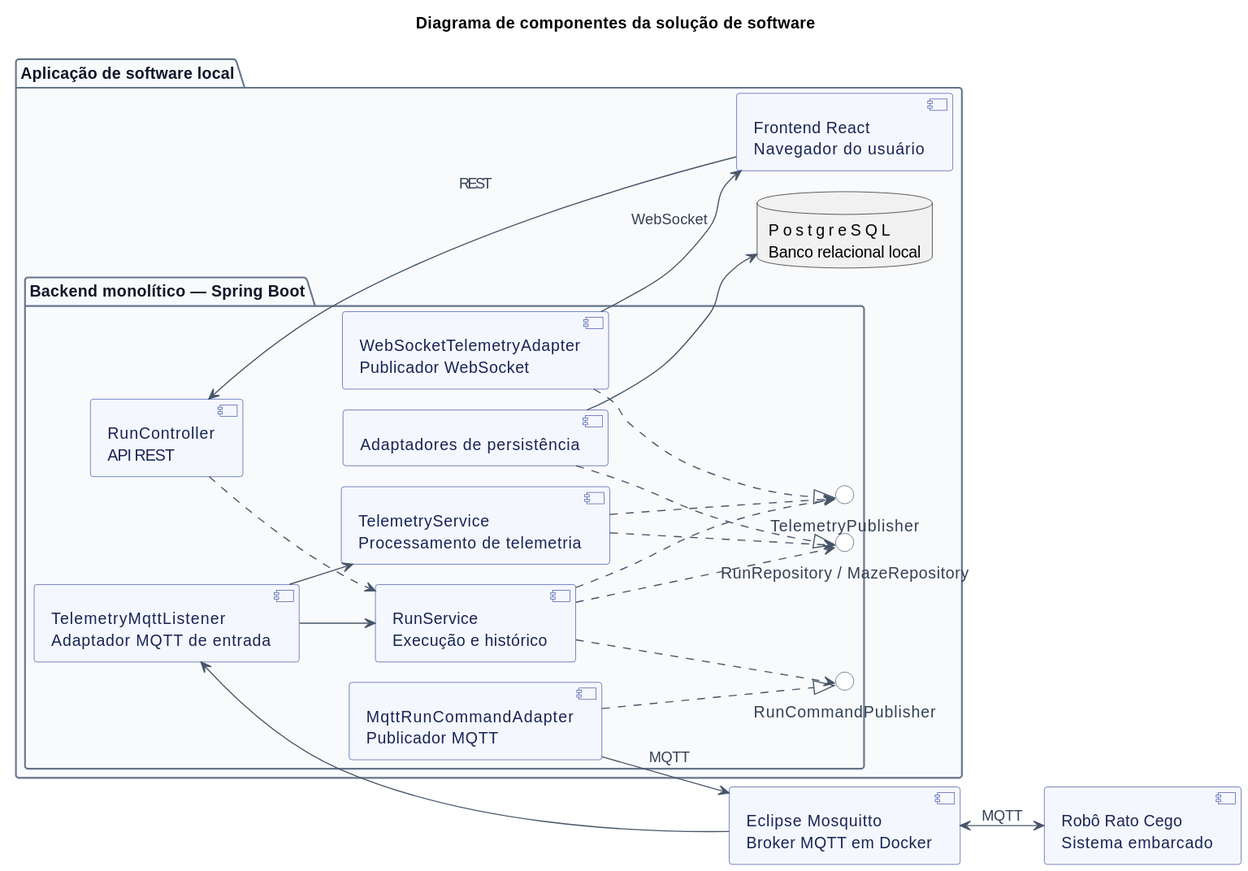
The PlantUML diagram docs/figs/diagrama_componentes_software.svg in fcte-pi1/2026_2_PI1_Grupo02_Bruno, before a commit. Its source is kept beside it as docs/figs/plantuml/diagrama_componentes_software.puml.
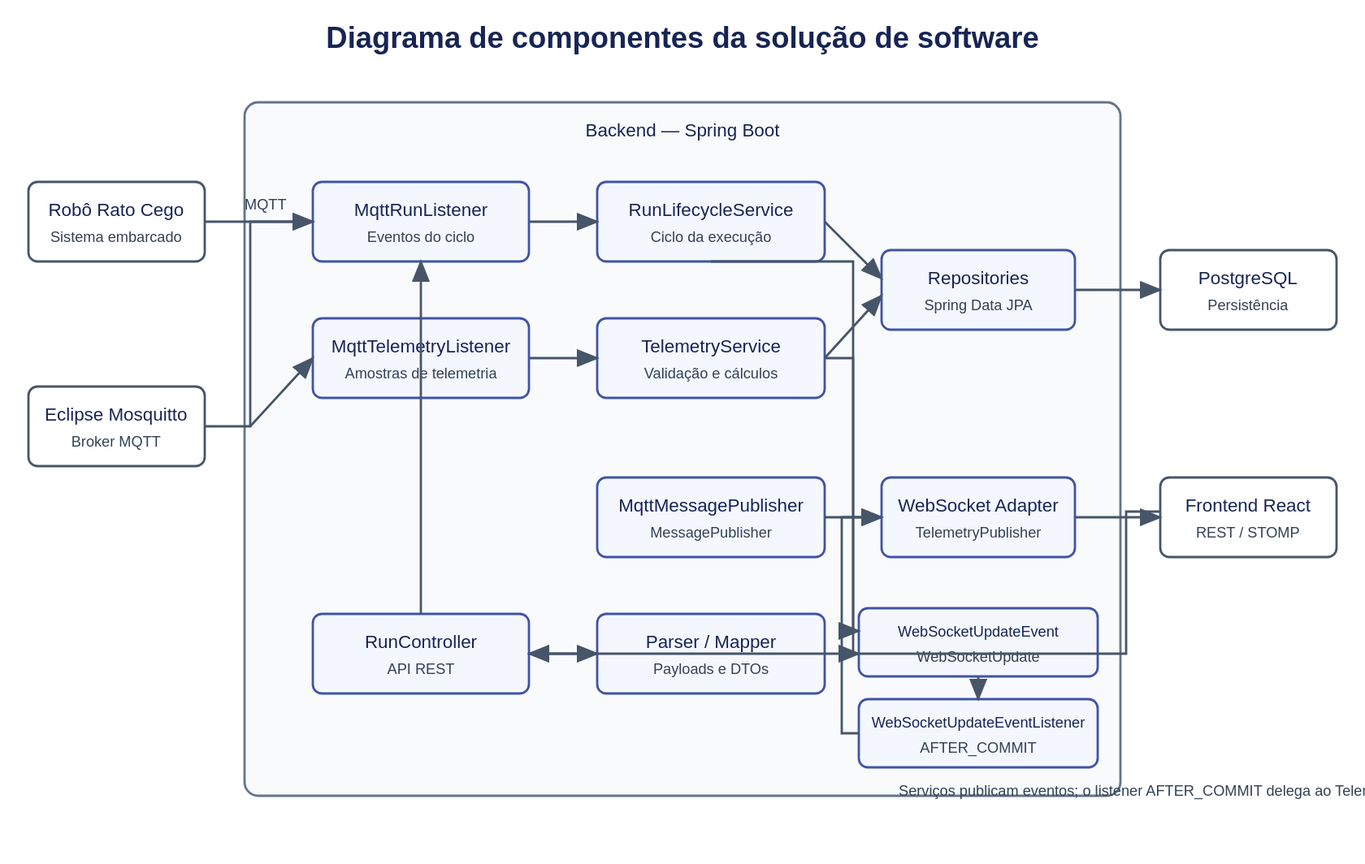
Above is the later version.

What changed in the source:
```diff
@@ -25,42 +25,48 @@
 skinparam ArrowFontColor #334155
 
 component "Robô Rato Cego\nSistema embarcado" as robot
-component "Eclipse Mosquitto\nBroker MQTT em Docker" as broker
+component "Eclipse Mosquitto\nBroker MQTT" as broker
 
-package "Aplicação de software local" as app {
-  package "Backend monolítico — Spring Boot" as backend {
+package "Aplicação de software local" {
+  package "Backend — Spring Boot" {
     component "RunController\nAPI REST" as rest
-    component "RunService\nExecução e histórico" as runservice
+    component "RunLifecycleService\nCiclo da execução" as lifecycle
     component "TelemetryService\nProcessamento de telemetria" as telemetry
-    component "TelemetryMqttListener\nAdaptador MQTT de entrada" as mqttlistener
-    component "MqttRunCommandAdapter\nPublicador MQTT" as commandadapter
-    component "WebSocketTelemetryAdapter\nPublicador WebSocket" as wsadapter
-    component "Adaptadores de persistência" as persistence
-
-    interface "RunCommandPublisher" as commandport
+    component "MqttRunListener" as runlistener
+    component "MqttTelemetryListener" as telemlistener
+    component "MqttMessagePublisherAdapter" as mqttpublisher
+    component "WebSocketTelemetryAdapter" as wsadapter
+    component "WebSocketUpdateEventListener\nAFTER_COMMIT" as wslistener
+    component "WebSocketUpdateEvent\nSpring application event" as updateevent
+    component "RunRepository\nTelemetrySampleRepository" as repositories
+    component "TelemetryMapper\nMqttPayloadParser" as parsing
+    interface "MessagePublisher" as messageport
     interface "TelemetryPublisher" as telemetryport
-    interface "RunRepository / MazeRepository" as repositoryport
   }
   component "Frontend React\nNavegador do usuário" as frontend
   database "PostgreSQL\nBanco relacional local" as database
 }
 
 frontend --> rest : REST
-rest ..> runservice
-runservice ..> commandport
-commandadapter ..|> commandport
-commandadapter --> broker : MQTT
-broker <--> robot : MQTT
-broker --> mqttlistener
-mqttlistener --> runservice
-mqttlistener --> telemetry
-runservice ..> repositoryport
-telemetry ..> repositoryport
-persistence ..|> repositoryport
-persistence --> database
-runservice ..> telemetryport
-telemetry ..> telemetryport
+rest --> lifecycle
+runlistener --> lifecycle
+telemlistener --> telemetry
+broker --> runlistener : MQTT eventos de ciclo
+broker --> telemlistener : MQTT telemetria
+robot <--> broker : MQTT
+lifecycle ..> messageport
+mqttpublisher ..|> messageport
+mqttpublisher --> broker : MQTT comandos
+lifecycle --> repositories
+telemetry --> repositories
+repositories --> database : Spring Data JPA
+telemetry ..> parsing
+lifecycle ..> parsing
+telemetry ..> updateevent : publishes update
+lifecycle ..> updateevent : publishes update
+wslistener ..> telemetryport : forwards after commit
+updateevent --> wslistener : transactional listener
 wsadapter ..|> telemetryport
-wsadapter --> frontend : WebSocket
+wsadapter --> frontend : STOMP / WebSocket
 
 @enduml
```
